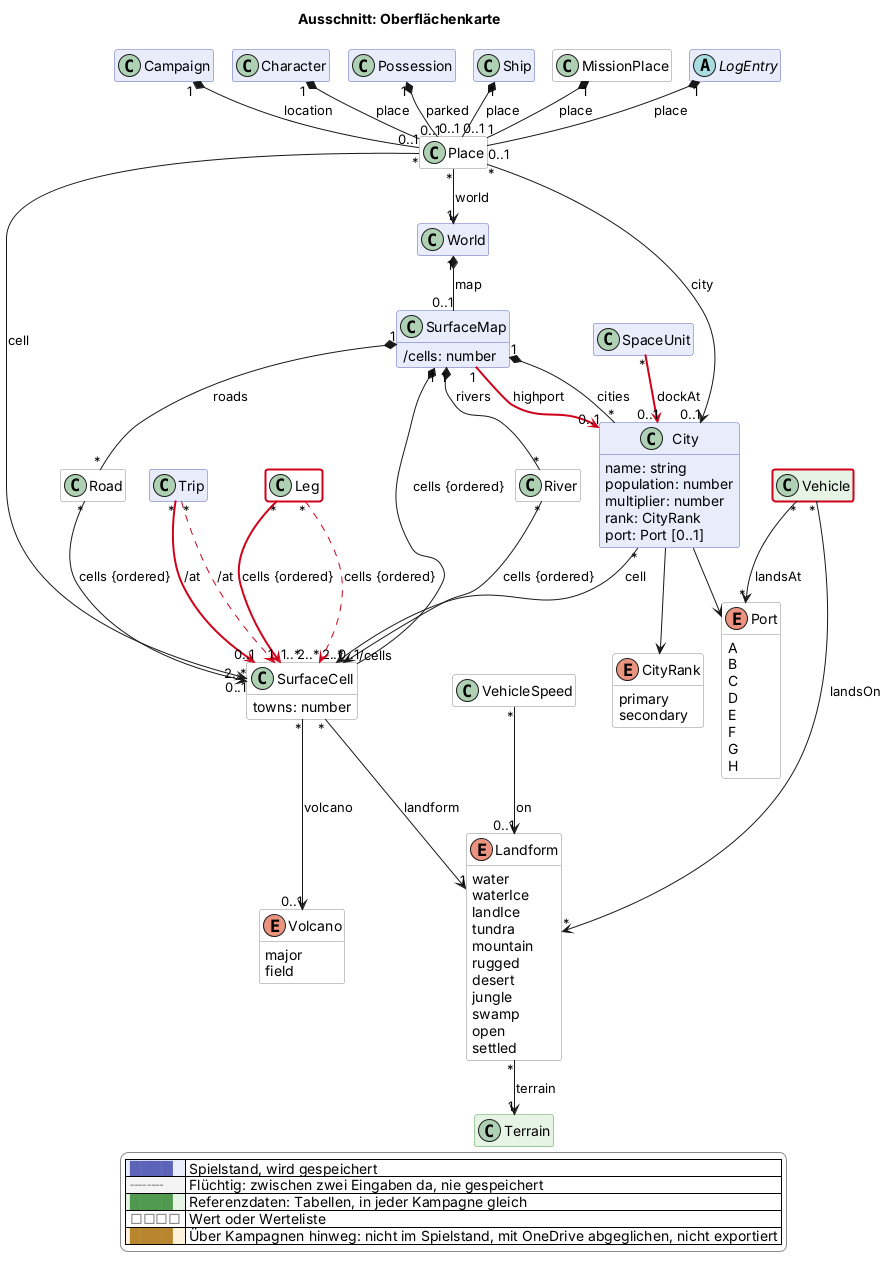
Before: docs/views/oberflaeche.png, a diagram exported from PlantUML (scuzzar/SRE).
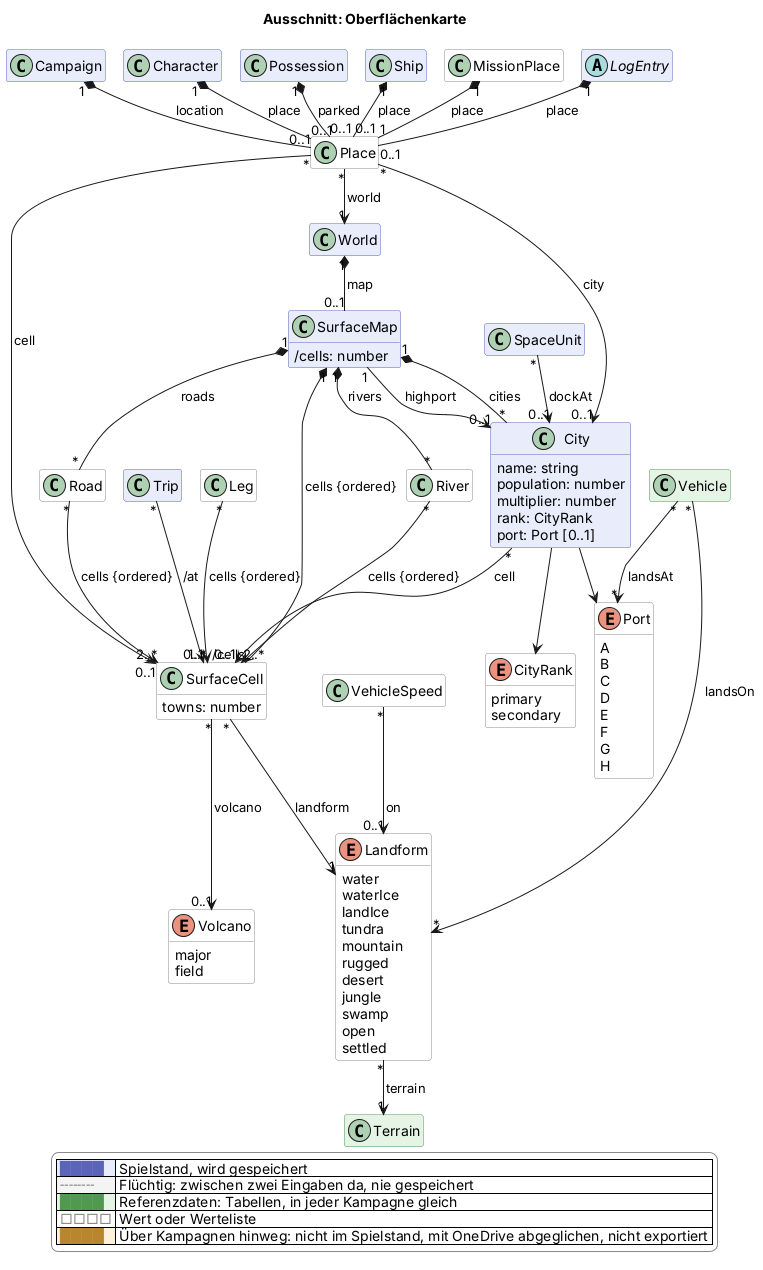
After the commit.

What changed in the source:
```diff
@@ -148,7 +148,7 @@
 Ship "1" *-- "0..1" Place : place
 
 
-SpaceUnit "*" -$newArrow("2026-11-28b")-> "0..1" City : dockAt
+SpaceUnit "*" --> "0..1" City : dockAt
 
 
 Character "1" *-- "0..1" Place : place
@@ -162,7 +162,7 @@
 SurfaceMap "1" *-- "*" River : rivers
 SurfaceMap "1" *-- "*" Road : roads
 SurfaceMap "1" *-- "*" City : cities
-SurfaceMap "1" -$newArrow("2026-11-28b")-> "0..1" City : highport
+SurfaceMap "1" --> "0..1" City : highport
 River "*" --> "2..*" SurfaceCell : cells {ordered}
 Road "*" --> "2..*" SurfaceCell : cells {ordered}
 City "*" --> "0..1" SurfaceCell : cell
@@ -175,10 +175,8 @@
 VehicleSpeed "*" --> "0..1" Landform : on
 Vehicle "*" --> "*" Landform : landsOn
 Vehicle "*" --> "*" Port : landsAt
-Leg "*" -$goneArrow("2026-11-28b")-> "2..*" SurfaceCell : cells {ordered}
-Leg "*" -$newArrow("2026-11-28b")-> "1..*" SurfaceCell : cells {ordered}
-Trip "*" -$goneArrow("2026-11-28b")-> "1" SurfaceCell : /at
-Trip "*" -$newArrow("2026-11-28b")-> "0..1" SurfaceCell : /at
+Leg "*" --> "1..*" SurfaceCell : cells {ordered}
+Trip "*" --> "0..1" SurfaceCell : /at
 Possession "1" *-- "0..1" Place : parked
 
 
@@ -197,6 +195,4 @@
   |<#ffffff> <color:#8a8a8a>□□□□</color> | Wert oder Werteliste |
   |<#fdf1dc> <color:#b8862e>████</color> | Über Kampagnen hinweg: nicht im Spielstand, mit OneDrive abgeglichen, nicht exportiert |
 endlegend
-class Vehicle #line:d0021b;line.bold
-class Leg #line:d0021b;line.bold
 @enduml
```
